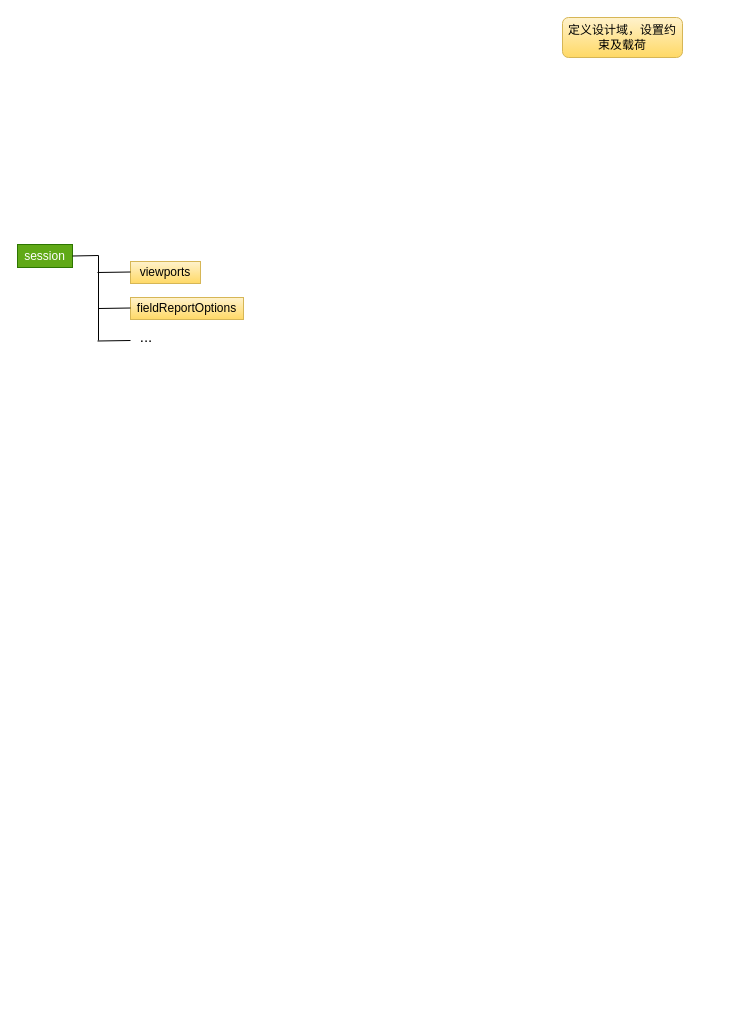
The draw.io diagram page "第 2 页" (2 of 2) of 第五章.drawio in 1078089635/BESO, before the edit. Source tidied: cells renumbered, new cells numbered last; positions are measured from the earlier drawing's top-left corner, leaving out a move shared by most shapes. Both pictures are drawn from the tidied source at 100%, with x=0, y=0 at pixel (17, 17).
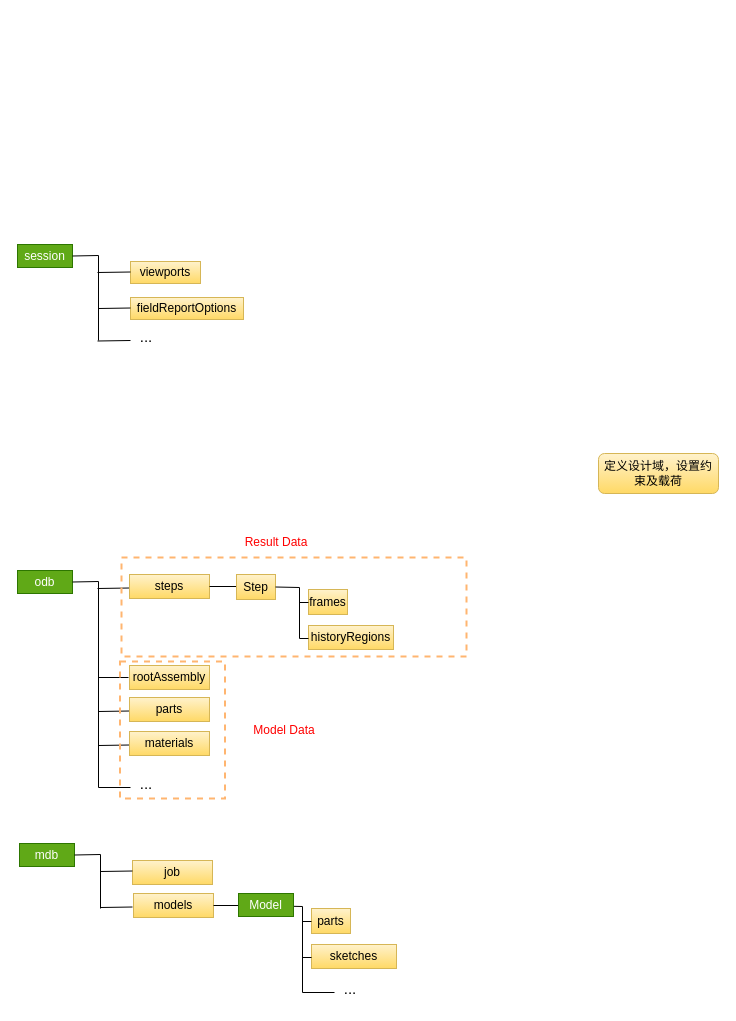
The same diagram, later.

Commit message (it also covers changes not shown here):
更新第五章.drawio

The edit, as a diff of the source:
```diff
@@
     <mxCell id="4" value="定义设计域，设置约束及载荷" style="rounded=1;whiteSpace=wrap;html=1;fontSize=12;glass=0;strokeWidth=1;shadow=0;fillColor=#fff2cc;strokeColor=#d6b656;gradientColor=#ffd966;" parent="1" vertex="1">
-      <mxGeometry x="545" width="120" height="40" as="geometry" />
+      <mxGeometry x="581" y="436" width="120" height="40" as="geometry" />
     </mxCell>
@@
+    <mxCell id="11" value="odb" style="rounded=0;whiteSpace=wrap;html=1;fillColor=#60a917;strokeColor=#2D7600;fontColor=#ffffff;" parent="1" vertex="1">
+      <mxGeometry y="553" width="55" height="23" as="geometry" />
+    </mxCell>
+    <mxCell id="12" value="rootAssembly" style="rounded=0;whiteSpace=wrap;html=1;gradientColor=#FFD966;fillColor=#FFF2CC;strokeColor=#D6B656;" parent="1" vertex="1">
+      <mxGeometry x="112" y="648" width="80" height="24" as="geometry" />
+    </mxCell>
+    <mxCell id="13" style="endArrow=none;html=1;rounded=0;exitX=1;exitY=0.5;exitDx=0;exitDy=0;" parent="1" edge="1" source="11">
+      <mxGeometry relative="1" as="geometry">
+        <mxPoint x="81" y="770" as="targetPoint" />
+        <Array as="points">
+          <mxPoint x="81" y="564" />
+        </Array>
+      </mxGeometry>
+    </mxCell>
+    <mxCell id="14" style="endArrow=none;html=1;rounded=0;" parent="1" edge="1">
+      <mxGeometry relative="1" as="geometry">
+        <mxPoint x="81" y="660" as="sourcePoint" />
+        <mxPoint x="111" y="660" as="targetPoint" />
+      </mxGeometry>
+    </mxCell>
+    <mxCell id="15" style="endArrow=none;html=1;rounded=0;" parent="1" edge="1">
+      <mxGeometry relative="1" as="geometry">
+        <mxPoint x="80" y="571" as="sourcePoint" />
+        <mxPoint x="112" y="570.5" as="targetPoint" />
+      </mxGeometry>
+    </mxCell>
+    <mxCell id="16" value="steps" style="rounded=0;whiteSpace=wrap;html=1;gradientColor=#FFD966;fillColor=#FFF2CC;strokeColor=#D6B656;" parent="1" vertex="1">
+      <mxGeometry x="112" y="557" width="80" height="24" as="geometry" />
+    </mxCell>
+    <mxCell id="17" style="endArrow=none;html=1;rounded=0;" parent="1" edge="1">
+      <mxGeometry relative="1" as="geometry">
+        <mxPoint x="81" y="770" as="sourcePoint" />
+        <mxPoint x="113" y="770" as="targetPoint" />
+      </mxGeometry>
+    </mxCell>
+    <mxCell id="18" value="&lt;font style=&quot;font-size: 15px;&quot;&gt;...&lt;/font&gt;" style="text;html=1;strokeColor=none;fillColor=none;align=center;verticalAlign=middle;whiteSpace=wrap;rounded=0;" parent="1" vertex="1">
+      <mxGeometry x="99" y="751" width="60" height="30" as="geometry" />
+    </mxCell>
+    <mxCell id="19" style="endArrow=none;html=1;rounded=0;" parent="1" edge="1">
+      <mxGeometry relative="1" as="geometry">
+        <mxPoint x="81" y="694" as="sourcePoint" />
+        <mxPoint x="112" y="693.5" as="targetPoint" />
+      </mxGeometry>
+    </mxCell>
+    <mxCell id="20" value="parts" style="rounded=0;whiteSpace=wrap;html=1;gradientColor=#FFD966;fillColor=#FFF2CC;strokeColor=#D6B656;" parent="1" vertex="1">
+      <mxGeometry x="112" y="680" width="80" height="24" as="geometry" />
+    </mxCell>
+    <mxCell id="21" style="endArrow=none;html=1;rounded=0;exitX=1;exitY=0.5;exitDx=0;exitDy=0;" parent="1" edge="1" source="16">
+      <mxGeometry relative="1" as="geometry">
+        <mxPoint x="219" y="569" as="targetPoint" />
+      </mxGeometry>
+    </mxCell>
+    <mxCell id="22" value="Step" style="rounded=0;whiteSpace=wrap;html=1;gradientColor=#FFD966;fillColor=#FFF2CC;strokeColor=#D6B656;" parent="1" vertex="1">
+      <mxGeometry x="219" y="557" width="39" height="25" as="geometry" />
+    </mxCell>
+    <mxCell id="23" style="endArrow=none;html=1;rounded=0;exitX=1;exitY=0.5;exitDx=0;exitDy=0;" parent="1" edge="1" source="22">
+      <mxGeometry relative="1" as="geometry">
+        <mxPoint x="282" y="621" as="targetPoint" />
+        <Array as="points">
+          <mxPoint x="282" y="570" />
+        </Array>
+      </mxGeometry>
+    </mxCell>
+    <mxCell id="24" value="frames" style="rounded=0;whiteSpace=wrap;html=1;gradientColor=#FFD966;fillColor=#FFF2CC;strokeColor=#D6B656;" parent="1" vertex="1">
+      <mxGeometry x="291" y="572" width="39" height="25" as="geometry" />
+    </mxCell>
+    <mxCell id="25" style="endArrow=none;html=1;rounded=0;" parent="1" edge="1">
+      <mxGeometry relative="1" as="geometry">
+        <mxPoint x="282" y="585" as="sourcePoint" />
+        <mxPoint x="291" y="585" as="targetPoint" />
+      </mxGeometry>
+    </mxCell>
+    <mxCell id="26" value="historyRegions" style="rounded=0;whiteSpace=wrap;html=1;gradientColor=#FFD966;fillColor=#FFF2CC;strokeColor=#D6B656;" parent="1" vertex="1">
+      <mxGeometry x="291" y="608" width="85" height="24" as="geometry" />
+    </mxCell>
+    <mxCell id="27" style="endArrow=none;html=1;rounded=0;" parent="1" edge="1">
+      <mxGeometry relative="1" as="geometry">
+        <mxPoint x="282" y="621" as="sourcePoint" />
+        <mxPoint x="291" y="621" as="targetPoint" />
+      </mxGeometry>
+    </mxCell>
+    <mxCell id="28" value="mdb" style="rounded=0;whiteSpace=wrap;html=1;fillColor=#60a917;strokeColor=#2D7600;fontColor=#ffffff;" parent="1" vertex="1">
+      <mxGeometry x="2" y="826" width="55" height="23" as="geometry" />
+    </mxCell>
+    <mxCell id="29" value="job" style="rounded=0;whiteSpace=wrap;html=1;gradientColor=#FFD966;fillColor=#FFF2CC;strokeColor=#D6B656;" parent="1" vertex="1">
+      <mxGeometry x="115" y="843" width="80" height="24" as="geometry" />
+    </mxCell>
+    <mxCell id="30" style="endArrow=none;html=1;rounded=0;exitX=1;exitY=0.5;exitDx=0;exitDy=0;" parent="1" edge="1" source="28">
+      <mxGeometry relative="1" as="geometry">
+        <mxPoint x="83" y="891" as="targetPoint" />
+        <Array as="points">
+          <mxPoint x="83" y="837" />
+        </Array>
+      </mxGeometry>
+    </mxCell>
+    <mxCell id="31" style="endArrow=none;html=1;rounded=0;" parent="1" edge="1">
+      <mxGeometry relative="1" as="geometry">
+        <mxPoint x="83" y="854" as="sourcePoint" />
+        <mxPoint x="115" y="853.5" as="targetPoint" />
+      </mxGeometry>
+    </mxCell>
+    <mxCell id="32" style="endArrow=none;html=1;rounded=0;" parent="1" edge="1">
+      <mxGeometry relative="1" as="geometry">
+        <mxPoint x="83" y="890" as="sourcePoint" />
+        <mxPoint x="115" y="889.5" as="targetPoint" />
+      </mxGeometry>
+    </mxCell>
+    <mxCell id="33" value="models" style="rounded=0;whiteSpace=wrap;html=1;gradientColor=#FFD966;fillColor=#FFF2CC;strokeColor=#D6B656;" parent="1" vertex="1">
+      <mxGeometry x="116" y="876" width="80" height="24" as="geometry" />
+    </mxCell>
+    <mxCell id="34" style="endArrow=none;html=1;rounded=0;exitX=1;exitY=0.5;exitDx=0;exitDy=0;" parent="1" edge="1" source="33">
+      <mxGeometry relative="1" as="geometry">
+        <mxPoint x="222" y="888" as="targetPoint" />
+      </mxGeometry>
+    </mxCell>
+    <mxCell id="35" style="endArrow=none;html=1;rounded=0;exitX=1;exitY=0.5;exitDx=0;exitDy=0;" parent="1" edge="1">
+      <mxGeometry relative="1" as="geometry">
+        <mxPoint x="261" y="888.5" as="sourcePoint" />
+        <mxPoint x="285" y="975" as="targetPoint" />
+        <Array as="points">
+          <mxPoint x="285" y="889" />
+        </Array>
+      </mxGeometry>
+    </mxCell>
+    <mxCell id="36" value="parts" style="rounded=0;whiteSpace=wrap;html=1;gradientColor=#FFD966;fillColor=#FFF2CC;strokeColor=#D6B656;" parent="1" vertex="1">
+      <mxGeometry x="294" y="891" width="39" height="25" as="geometry" />
+    </mxCell>
+    <mxCell id="37" style="endArrow=none;html=1;rounded=0;" parent="1" edge="1">
+      <mxGeometry relative="1" as="geometry">
+        <mxPoint x="285" y="904" as="sourcePoint" />
+        <mxPoint x="294" y="904" as="targetPoint" />
+      </mxGeometry>
+    </mxCell>
+    <mxCell id="38" value="sketches" style="rounded=0;whiteSpace=wrap;html=1;gradientColor=#FFD966;fillColor=#FFF2CC;strokeColor=#D6B656;" parent="1" vertex="1">
+      <mxGeometry x="294" y="927" width="85" height="24" as="geometry" />
+    </mxCell>
+    <mxCell id="39" style="endArrow=none;html=1;rounded=0;" parent="1" edge="1">
+      <mxGeometry relative="1" as="geometry">
+        <mxPoint x="285" y="940" as="sourcePoint" />
+        <mxPoint x="294" y="940" as="targetPoint" />
+      </mxGeometry>
+    </mxCell>
+    <mxCell id="40" style="endArrow=none;html=1;rounded=0;" parent="1" edge="1">
+      <mxGeometry relative="1" as="geometry">
+        <mxPoint x="285" y="975" as="sourcePoint" />
+        <mxPoint x="317" y="975" as="targetPoint" />
+      </mxGeometry>
+    </mxCell>
+    <mxCell id="41" value="&lt;font style=&quot;font-size: 15px;&quot;&gt;...&lt;/font&gt;" style="text;html=1;strokeColor=none;fillColor=none;align=center;verticalAlign=middle;whiteSpace=wrap;rounded=0;" parent="1" vertex="1">
+      <mxGeometry x="303" y="956" width="60" height="30" as="geometry" />
+    </mxCell>
+    <mxCell id="42" style="endArrow=none;html=1;rounded=0;" parent="1" edge="1">
+      <mxGeometry relative="1" as="geometry">
+        <mxPoint x="81" y="728" as="sourcePoint" />
+        <mxPoint x="112" y="727.5" as="targetPoint" />
+      </mxGeometry>
+    </mxCell>
+    <mxCell id="43" value="materials" style="rounded=0;whiteSpace=wrap;html=1;gradientColor=#FFD966;fillColor=#FFF2CC;strokeColor=#D6B656;" parent="1" vertex="1">
+      <mxGeometry x="112" y="714" width="80" height="24" as="geometry" />
+    </mxCell>
+    <mxCell id="44" style="verticalLabelPosition=bottom;verticalAlign=top;html=1;shape=mxgraph.basic.rect;fillColor2=none;strokeWidth=2;size=20;indent=5;fillStyle=auto;fillColor=none;strokeColor=#FFB570;dashed=1;" parent="1" vertex="1">
+      <mxGeometry x="104" y="540" width="345" height="99" as="geometry" />
+    </mxCell>
+    <mxCell id="45" value="&lt;font color=&quot;#ff0000&quot;&gt;Result Data&lt;/font&gt;" style="text;html=1;strokeColor=none;fillColor=none;align=center;verticalAlign=middle;whiteSpace=wrap;rounded=0;" parent="1" vertex="1">
+      <mxGeometry x="200" y="510" width="118" height="30" as="geometry" />
+    </mxCell>
+    <mxCell id="46" style="verticalLabelPosition=bottom;verticalAlign=top;html=1;shape=mxgraph.basic.rect;fillColor2=none;strokeWidth=2;size=20;indent=5;fillStyle=auto;fillColor=none;strokeColor=#FFB570;dashed=1;" parent="1" vertex="1">
+      <mxGeometry x="102.5" y="644" width="105" height="137" as="geometry" />
+    </mxCell>
+    <mxCell id="47" value="&lt;font color=&quot;#ff0000&quot;&gt;Model Data&lt;/font&gt;" style="text;html=1;strokeColor=none;fillColor=none;align=center;verticalAlign=middle;whiteSpace=wrap;rounded=0;" parent="1" vertex="1">
+      <mxGeometry x="207.5" y="697.5" width="118" height="30" as="geometry" />
+    </mxCell>
+    <mxCell id="48" value="Model" style="rounded=0;whiteSpace=wrap;html=1;fillColor=#60a917;strokeColor=#2D7600;fontColor=#ffffff;" parent="1" vertex="1">
+      <mxGeometry x="221" y="876" width="55" height="23" as="geometry" />
+    </mxCell>
```
